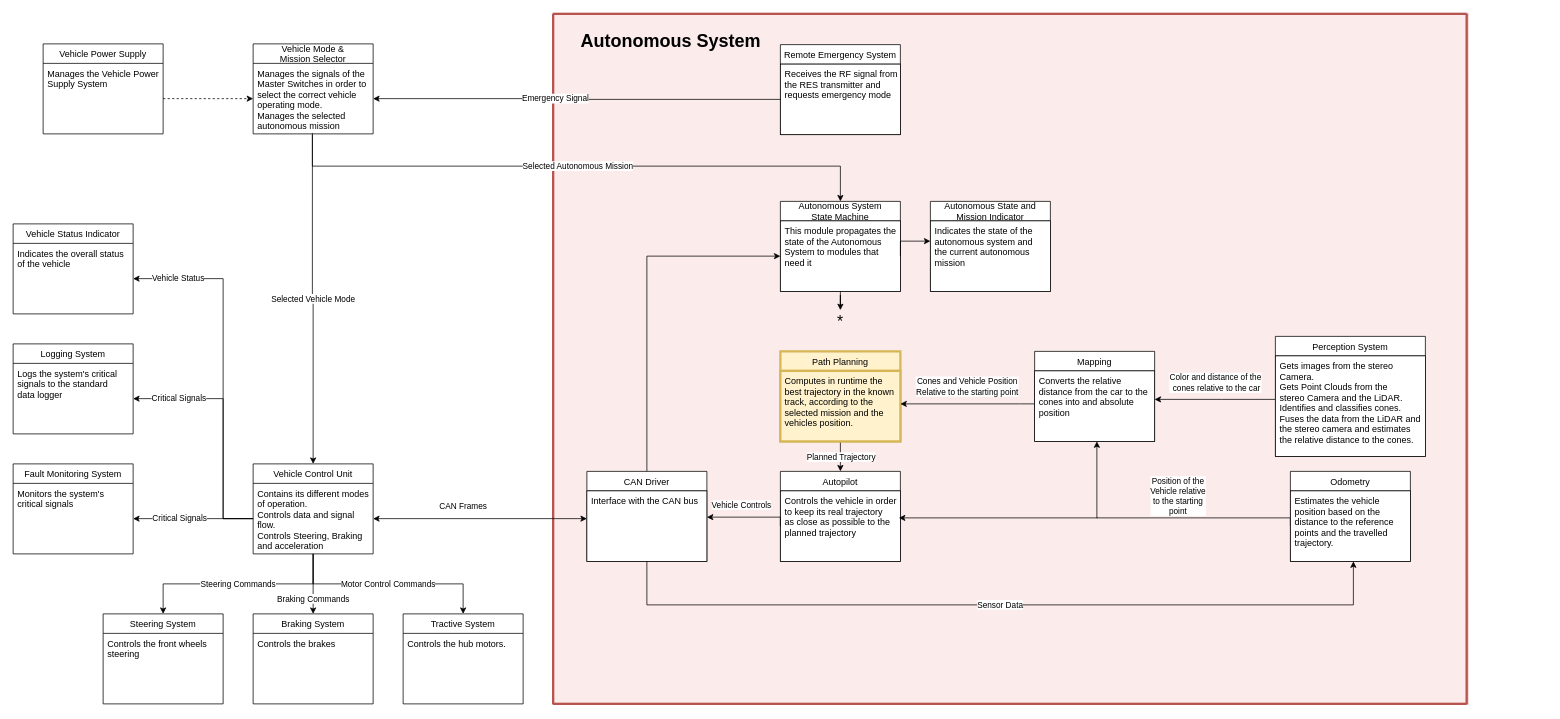
Above: ressources/figures/AS_Component_Diagram.drawio in Beomar97/path-planning-docs (draw.io), before the change. Source tidied: cells renumbered, new cells numbered last; positions are measured from the earlier drawing's top-left corner, leaving out a move shared by most shapes. Both pictures are drawn from the tidied source at 75%, with x=0, y=0 at pixel (13, 14).
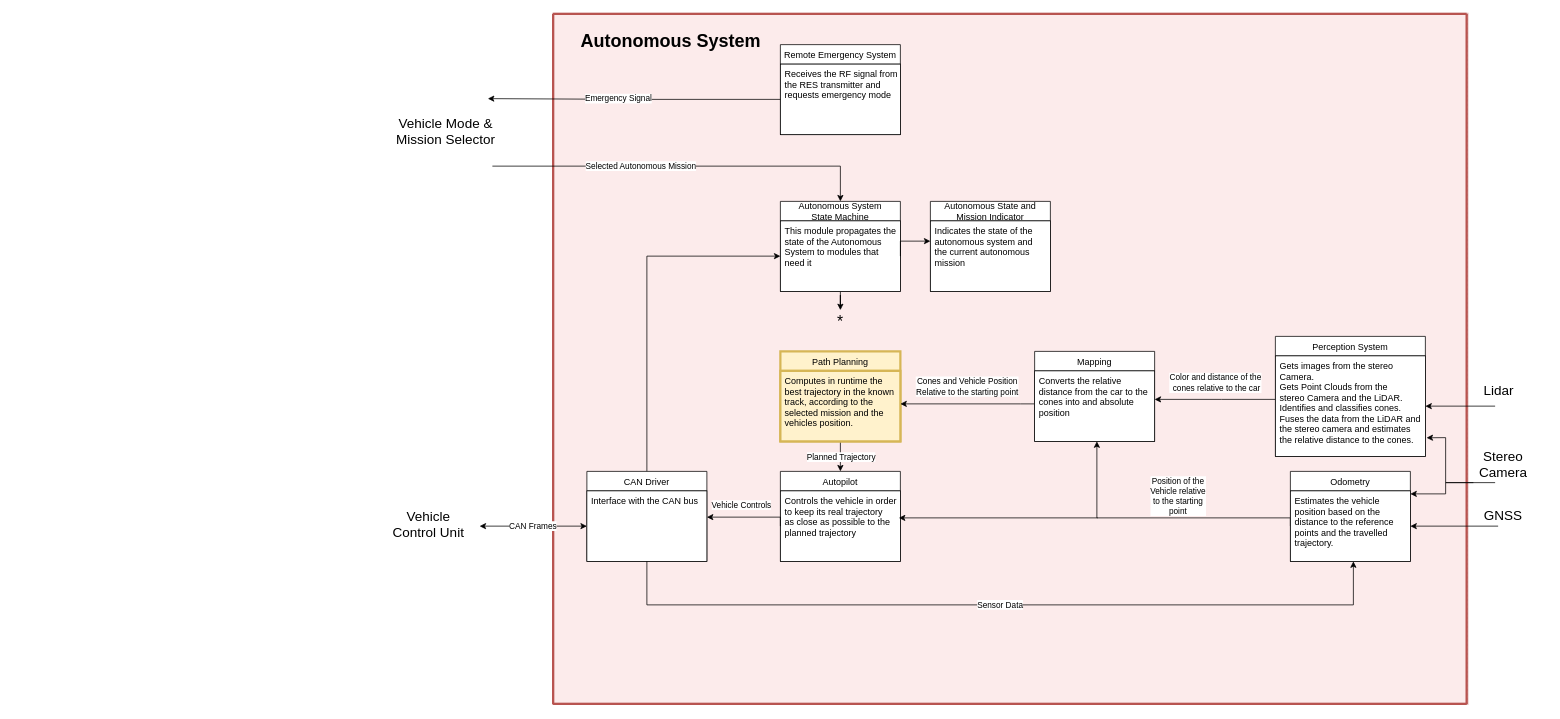
The same page after the edit.

Unchanged cells that the change refers to:
```xml
<mxCell id="8" value="Perception System" style="swimlane;fontStyle=0;horizontal=1;startSize=26;fillColor=default;" parent="2" vertex="1">
  <mxGeometry x="963" y="430" width="200" height="160" as="geometry" />
</mxCell>
<mxCell id="15" value="Autonomous System&#10;State Machine" style="swimlane;fontStyle=0;horizontal=1;startSize=26;" parent="2" vertex="1">
  <mxGeometry x="303" y="250" width="160" height="120" as="geometry" />
</mxCell>
<mxCell id="21" value="Odometry" style="swimlane;fontStyle=0;horizontal=1;startSize=26;fillColor=default;" parent="2" vertex="1">
  <mxGeometry x="983" y="610" width="160" height="120" as="geometry" />
</mxCell>
<mxCell id="22" value="Estimates the vehicle &#10;position based on the &#10;distance to the reference&#10;points and the travelled &#10;trajectory.&#10;" style="text;strokeColor=default;fillColor=default;align=left;verticalAlign=top;spacingLeft=4;spacingRight=4;overflow=hidden;points=[[0,0.5],[1,0.5]];portConstraint=eastwest;" parent="21" vertex="1">
  <mxGeometry y="26" width="160" height="94" as="geometry" />
</mxCell>
<mxCell id="24" value="Receives the RF signal from&#10;the RES transmitter and&#10;requests emergency mode" style="text;align=left;verticalAlign=top;spacingLeft=4;spacingRight=4;overflow=hidden;points=[[0,0.5],[1,0.5]];portConstraint=eastwest;fillColor=default;strokeColor=default;" parent="23" vertex="1">
  <mxGeometry y="26" width="160" height="94" as="geometry" />
</mxCell>
<mxCell id="30" value="Interface with the CAN bus" style="text;align=left;verticalAlign=top;spacingLeft=4;spacingRight=4;overflow=hidden;points=[[0,0.5],[1,0.5]];portConstraint=eastwest;fillColor=default;strokeColor=default;" parent="29" vertex="1">
  <mxGeometry y="26" width="160" height="94" as="geometry" />
</mxCell>
```

The edit, as a diff of the source:
```diff
@@
-    <mxCell id="9" value="Gets images from the stereo&#10;Camera.&#10;Gets Point Clouds from the &#10;stereo Camera and the LiDAR.&#10;Identifies and classifies cones.&#10;Fuses the data from the LiDAR and&#10;the stereo camera and estimates&#10;the relative distance to the cones.&#10;" style="text;strokeColor=default;fillColor=default;align=left;verticalAlign=top;spacingLeft=4;spacingRight=4;overflow=hidden;points=[[0,0.5],[1,0.5]];portConstraint=eastwest;" parent="8" vertex="1">
-      <mxGeometry y="26" width="200" height="134" as="geometry" />
-    </mxCell>
@@
-    <mxCell id="39" value="Braking Commands" style="edgeStyle=orthogonalEdgeStyle;rounded=0;jettySize=auto;html=1;" parent="1" edge="1" source="42" target="51">
-      <mxGeometry x="0.5" relative="1" as="geometry" />
-    </mxCell>
-    <mxCell id="40" value="Steering Commands" style="edgeStyle=orthogonalEdgeStyle;rounded=0;jettySize=auto;html=1;entryX=0.5;entryY=0;entryDx=0;entryDy=0;" parent="1" edge="1" source="42" target="53">
-      <mxGeometry relative="1" as="geometry">
-        <Array as="points">
-          <mxPoint x="400" y="760" />
-          <mxPoint x="200" y="760" />
-        </Array>
-      </mxGeometry>
-    </mxCell>
-    <mxCell id="41" value="Motor Control Commands" style="edgeStyle=orthogonalEdgeStyle;rounded=0;jettySize=auto;html=1;entryX=0.5;entryY=0;entryDx=0;entryDy=0;" parent="1" edge="1" source="42" target="49">
-      <mxGeometry relative="1" as="geometry">
-        <Array as="points">
-          <mxPoint x="400" y="760" />
-          <mxPoint x="600" y="760" />
-        </Array>
-      </mxGeometry>
-    </mxCell>
-    <mxCell id="42" value="Vehicle Control Unit" style="swimlane;fontStyle=0;horizontal=1;startSize=26;fillColor=none;" parent="1" vertex="1">
-      <mxGeometry x="320" y="600" width="160" height="120" as="geometry" />
-    </mxCell>
-    <mxCell id="43" value="Contains its different modes &#10;of operation.&#10;Controls data and signal &#10;flow.&#10;Controls Steering, Braking&#10;and acceleration" style="text;strokeColor=none;fillColor=none;align=left;verticalAlign=top;spacingLeft=4;spacingRight=4;overflow=hidden;points=[[0,0.5],[1,0.5]];portConstraint=eastwest;" parent="42" vertex="1">
-      <mxGeometry y="26" width="160" height="94" as="geometry" />
-    </mxCell>
-    <mxCell id="44" value="Vehicle Mode &amp; &#10;Mission Selector" style="swimlane;fontStyle=0;horizontal=1;startSize=26;fillColor=none;" parent="1" vertex="1">
-      <mxGeometry x="320" y="40" width="160" height="120" as="geometry" />
-    </mxCell>
-    <mxCell id="45" value="Manages the signals of the&#10;Master Switches in order to&#10;select the correct vehicle&#10;operating mode.&#10;Manages the selected&#10;autonomous mission" style="text;strokeColor=none;fillColor=none;align=left;verticalAlign=top;spacingLeft=4;spacingRight=4;overflow=hidden;points=[[0,0.5],[1,0.5]];portConstraint=eastwest;" parent="44" vertex="1">
-      <mxGeometry y="26" width="160" height="94" as="geometry" />
-    </mxCell>
-    <mxCell id="46" value="Vehicle Power Supply" style="swimlane;fontStyle=0;horizontal=1;startSize=26;fillColor=none;" parent="1" vertex="1">
-      <mxGeometry x="40" y="40" width="160" height="120" as="geometry" />
-    </mxCell>
-    <mxCell id="47" value="Manages the Vehicle Power&#10;Supply System" style="text;strokeColor=none;fillColor=none;align=left;verticalAlign=top;spacingLeft=4;spacingRight=4;overflow=hidden;points=[[0,0.5],[1,0.5]];portConstraint=eastwest;" parent="46" vertex="1">
-      <mxGeometry y="26" width="160" height="94" as="geometry" />
-    </mxCell>
-    <mxCell id="48" style="edgeStyle=orthogonalEdgeStyle;rounded=0;jettySize=auto;html=1;entryX=0;entryY=0.5;entryDx=0;entryDy=0;dashed=1;exitX=1;exitY=0.5;exitDx=0;exitDy=0;" parent="1" edge="1" source="47" target="45">
-      <mxGeometry relative="1" as="geometry" />
-    </mxCell>
-    <mxCell id="49" value="Tractive System" style="swimlane;fontStyle=0;horizontal=1;startSize=26;fillColor=none;" parent="1" vertex="1">
-      <mxGeometry x="520" y="800" width="160" height="120" as="geometry" />
-    </mxCell>
-    <mxCell id="50" value="Controls the hub motors." style="text;strokeColor=none;fillColor=none;align=left;verticalAlign=top;spacingLeft=4;spacingRight=4;overflow=hidden;" parent="49" vertex="1">
-      <mxGeometry y="26" width="160" height="94" as="geometry" />
-    </mxCell>
-    <mxCell id="51" value="Braking System" style="swimlane;fontStyle=0;horizontal=1;startSize=26;fillColor=none;" parent="1" vertex="1">
-      <mxGeometry x="320" y="800" width="160" height="120" as="geometry" />
-    </mxCell>
-    <mxCell id="52" value="Controls the brakes" style="text;strokeColor=none;fillColor=none;align=left;verticalAlign=top;spacingLeft=4;spacingRight=4;overflow=hidden;" parent="51" vertex="1">
-      <mxGeometry y="26" width="160" height="94" as="geometry" />
-    </mxCell>
-    <mxCell id="53" value="Steering System" style="swimlane;fontStyle=0;horizontal=1;startSize=26;fillColor=none;" parent="1" vertex="1">
-      <mxGeometry x="120" y="800" width="160" height="120" as="geometry" />
-    </mxCell>
-    <mxCell id="54" value="Controls the front wheels&#10;steering" style="text;strokeColor=none;fillColor=none;align=left;verticalAlign=top;spacingLeft=4;spacingRight=4;overflow=hidden;" parent="53" vertex="1">
-      <mxGeometry y="26" width="160" height="94" as="geometry" />
-    </mxCell>
-    <mxCell id="55" value="Vehicle Status Indicator" style="swimlane;fontStyle=0;horizontal=1;startSize=26;fillColor=none;" parent="1" vertex="1">
-      <mxGeometry y="280" width="160" height="120" as="geometry" />
-    </mxCell>
-    <mxCell id="56" value="Indicates the overall status&#10;of the vehicle" style="text;strokeColor=none;fillColor=none;align=left;verticalAlign=top;spacingLeft=4;spacingRight=4;overflow=hidden;points=[[0,0.5],[1,0.5]];portConstraint=eastwest;" parent="55" vertex="1">
-      <mxGeometry y="26" width="160" height="94" as="geometry" />
-    </mxCell>
-    <mxCell id="57" value="Logging System" style="swimlane;fontStyle=0;horizontal=1;startSize=26;fillColor=none;" parent="1" vertex="1">
-      <mxGeometry y="440" width="160" height="120" as="geometry" />
-    </mxCell>
-    <mxCell id="58" value="Logs the system's critical&#10;signals to the standard&#10;data logger" style="text;strokeColor=none;fillColor=none;align=left;verticalAlign=top;spacingLeft=4;spacingRight=4;overflow=hidden;points=[[0,0.5],[1,0.5]];portConstraint=eastwest;" parent="57" vertex="1">
-      <mxGeometry y="26" width="160" height="94" as="geometry" />
-    </mxCell>
-    <mxCell id="59" value="Fault Monitoring System" style="swimlane;fontStyle=0;horizontal=1;startSize=26;fillColor=none;" parent="1" vertex="1">
-      <mxGeometry y="600" width="160" height="120" as="geometry" />
-    </mxCell>
-    <mxCell id="60" value="Monitors the system's&#10;critical signals" style="text;strokeColor=none;fillColor=none;align=left;verticalAlign=top;spacingLeft=4;spacingRight=4;overflow=hidden;points=[[0,0.5],[1,0.5]];portConstraint=eastwest;" parent="59" vertex="1">
-      <mxGeometry y="26" width="160" height="94" as="geometry" />
-    </mxCell>
-    <mxCell id="61" value="Selected Vehicle Mode" style="edgeStyle=orthogonalEdgeStyle;rounded=0;jettySize=auto;html=1;exitX=0.494;exitY=1.011;exitDx=0;exitDy=0;exitPerimeter=0;entryX=0.5;entryY=0;entryDx=0;entryDy=0;" parent="1" edge="1" source="45" target="42">
-      <mxGeometry relative="1" as="geometry" />
-    </mxCell>
-    <mxCell id="62" value="Critical Signals" style="edgeStyle=orthogonalEdgeStyle;rounded=0;jettySize=auto;html=1;exitX=0;exitY=0.5;exitDx=0;exitDy=0;" parent="1" edge="1" source="43" target="60">
-      <mxGeometry x="0.22" relative="1" as="geometry" />
-    </mxCell>
-    <mxCell id="63" value="Vehicle Status" style="edgeStyle=orthogonalEdgeStyle;rounded=0;jettySize=auto;html=1;exitX=0;exitY=0.5;exitDx=0;exitDy=0;entryX=1;entryY=0.5;entryDx=0;entryDy=0;" parent="1" edge="1" source="43" target="56">
-      <mxGeometry x="0.75" relative="1" as="geometry">
-        <Array as="points">
-          <mxPoint x="280" y="673" />
-          <mxPoint x="280" y="353" />
-        </Array>
-      </mxGeometry>
-    </mxCell>
-    <mxCell id="64" value="Critical Signals" style="edgeStyle=orthogonalEdgeStyle;rounded=0;jettySize=auto;html=1;exitX=0;exitY=0.5;exitDx=0;exitDy=0;" parent="1" edge="1" source="43" target="58">
-      <mxGeometry x="0.62" relative="1" as="geometry">
-        <Array as="points">
-          <mxPoint x="280" y="673" />
-          <mxPoint x="280" y="513" />
-        </Array>
-      </mxGeometry>
-    </mxCell>
-    <mxCell id="65" value="CAN Frames" style="edgeStyle=orthogonalEdgeStyle;rounded=0;jettySize=auto;html=1;startArrow=classic;startFill=1;" parent="1" edge="1" source="30" target="43">
-      <mxGeometry x="0.16" y="-16" relative="1" as="geometry">
-        <Array as="points">
-          <mxPoint x="723" y="673" />
-          <mxPoint x="723" y="673" />
-        </Array>
+    <mxCell id="65" value="CAN Frames" style="edgeStyle=orthogonalEdgeStyle;rounded=0;jettySize=auto;html=1;startArrow=classic;startFill=1;entryX=1;entryY=0.5;entryDx=0;entryDy=0;" parent="1" edge="1" source="30">
+      <mxGeometry x="0.02" relative="1" as="geometry">
+        <mxPoint x="622" y="683" as="targetPoint" />
       </mxGeometry>
     </mxCell>
-    <mxCell id="66" value="Selected Autonomous Mission" style="edgeStyle=orthogonalEdgeStyle;rounded=0;jettySize=auto;html=1;exitX=0.494;exitY=0.989;exitDx=0;exitDy=0;exitPerimeter=0;entryX=0.5;entryY=0;entryDx=0;entryDy=0;" parent="1" edge="1" source="45" target="15">
-      <mxGeometry relative="1" as="geometry">
+    <mxCell id="66" value="Selected Autonomous Mission" style="edgeStyle=orthogonalEdgeStyle;rounded=0;jettySize=auto;html=1;entryX=0.5;entryY=0;entryDx=0;entryDy=0;" parent="1" edge="1" target="15">
+      <mxGeometry x="-0.23" relative="1" as="geometry">
+        <mxPoint x="639" y="203" as="sourcePoint" />
         <Array as="points">
-          <mxPoint x="399" y="203" />
           <mxPoint x="1103" y="203" />
         </Array>
+        <mxPoint x="1" as="offset" />
       </mxGeometry>
     </mxCell>
-    <mxCell id="67" style="edgeStyle=orthogonalEdgeStyle;rounded=0;jettySize=auto;html=1;exitX=0;exitY=0.5;exitDx=0;exitDy=0;entryX=1;entryY=0.5;entryDx=0;entryDy=0;" parent="1" edge="1" source="24" target="45">
-      <mxGeometry relative="1" as="geometry" />
+    <mxCell id="67" style="edgeStyle=orthogonalEdgeStyle;rounded=0;jettySize=auto;html=1;exitX=0;exitY=0.5;exitDx=0;exitDy=0;" parent="1" edge="1" source="24">
+      <mxGeometry relative="1" as="geometry">
+        <mxPoint x="633" y="113" as="targetPoint" />
+      </mxGeometry>
     </mxCell>
@@
+    <mxCell id="42" value="Vehicle Control Unit" style="text;html=1;strokeColor=none;fillColor=none;align=center;verticalAlign=middle;whiteSpace=wrap;rounded=0;fontSize=18;" parent="1" vertex="1">
+      <mxGeometry x="495" y="666" width="118" height="30" as="geometry" />
+    </mxCell>
+    <mxCell id="44" value="Vehicle Mode &amp;amp; Mission Selector" style="text;html=1;strokeColor=none;fillColor=none;align=center;verticalAlign=middle;whiteSpace=wrap;rounded=0;fontSize=18;" parent="1" vertex="1">
+      <mxGeometry x="492" y="118" width="170" height="77" as="geometry" />
+    </mxCell>
+    <mxCell id="9" value="Gets images from the stereo&#10;Camera.&#10;Gets Point Clouds from the &#10;stereo Camera and the LiDAR.&#10;Identifies and classifies cones.&#10;Fuses the data from the LiDAR and&#10;the stereo camera and estimates&#10;the relative distance to the cones.&#10;" style="text;strokeColor=default;fillColor=default;align=left;verticalAlign=top;spacingLeft=4;spacingRight=4;overflow=hidden;points=[[0,0.5],[1,0.5]];portConstraint=eastwest;" parent="1" vertex="1">
+      <mxGeometry x="1683" y="456" width="200" height="134" as="geometry" />
+    </mxCell>
+    <mxCell id="69" value="Lidar" style="text;html=1;strokeColor=none;fillColor=none;align=center;verticalAlign=middle;whiteSpace=wrap;rounded=0;fontSize=18;" parent="1" vertex="1">
+      <mxGeometry x="1922" y="488" width="118" height="30" as="geometry" />
+    </mxCell>
+    <mxCell id="70" value="GNSS" style="text;html=1;strokeColor=none;fillColor=none;align=center;verticalAlign=middle;whiteSpace=wrap;rounded=0;fontSize=18;" parent="1" vertex="1">
+      <mxGeometry x="1928" y="654" width="118" height="30" as="geometry" />
+    </mxCell>
+    <mxCell id="71" value="Stereo Camera" style="text;html=1;strokeColor=none;fillColor=none;align=center;verticalAlign=middle;whiteSpace=wrap;rounded=0;fontSize=18;" parent="1" vertex="1">
+      <mxGeometry x="1928" y="586" width="118" height="30" as="geometry" />
+    </mxCell>
+    <mxCell id="72" style="endArrow=classic;html=1;rounded=0;fontSize=18;entryX=1;entryY=0.5;entryDx=0;entryDy=0;" parent="1" edge="1" target="9">
+      <mxGeometry relative="1" as="geometry">
+        <mxPoint x="1976" y="523" as="sourcePoint" />
+      </mxGeometry>
+    </mxCell>
+    <mxCell id="73" style="endArrow=classic;html=1;rounded=0;fontSize=18;entryX=1;entryY=0.5;entryDx=0;entryDy=0;" parent="1" edge="1" target="22">
+      <mxGeometry relative="1" as="geometry">
+        <mxPoint x="1980" y="683" as="sourcePoint" />
+      </mxGeometry>
+    </mxCell>
+    <mxCell id="74" style="endArrow=classic;html=1;rounded=0;fontSize=18;entryX=1;entryY=0.25;entryDx=0;entryDy=0;" parent="1" edge="1" target="21">
+      <mxGeometry relative="1" as="geometry">
+        <mxPoint x="1947" y="625" as="sourcePoint" />
+        <Array as="points">
+          <mxPoint x="1910" y="625" />
+          <mxPoint x="1910" y="640" />
+        </Array>
+      </mxGeometry>
+    </mxCell>
+    <mxCell id="75" style="endArrow=classic;html=1;rounded=0;fontSize=18;entryX=1.008;entryY=0.815;entryDx=0;entryDy=0;entryPerimeter=0;" parent="1" edge="1" target="9">
+      <mxGeometry relative="1" as="geometry">
+        <mxPoint x="1976" y="625" as="sourcePoint" />
+        <Array as="points">
+          <mxPoint x="1910" y="625" />
+          <mxPoint x="1910" y="565" />
+        </Array>
+      </mxGeometry>
+    </mxCell>
```
